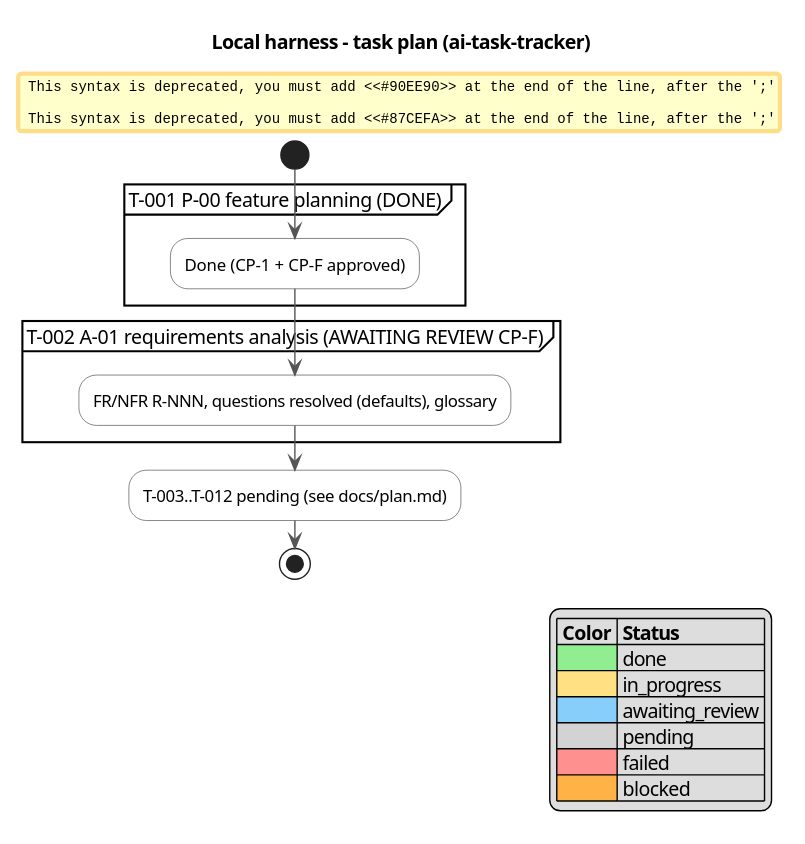
The PlantUML diagram docs/activity.svg in serge-sasov/ai-task-tracker, before a commit.
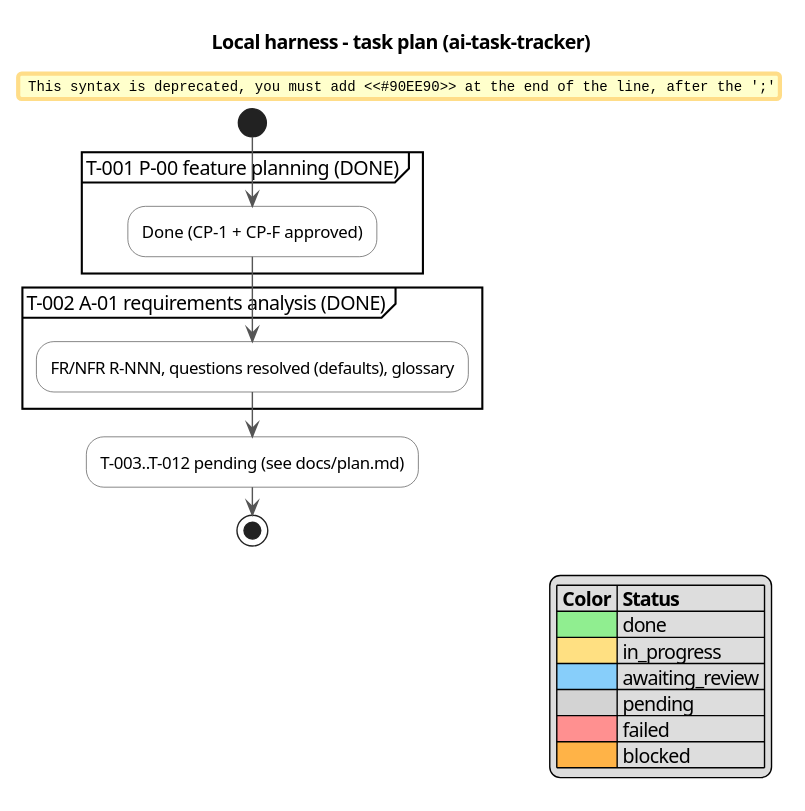
After the change.

Commit message:
T-002: requirements analysis (A-01) accepted

What changed in the source:
```diff
@@ -9,8 +9,8 @@
 partition "T-001 P-00 feature planning (DONE)" {
   #90EE90:Done (CP-1 + CP-F approved);
 }
-partition "T-002 A-01 requirements analysis (AWAITING REVIEW CP-F)" {
-  #87CEFA:FR/NFR R-NNN, questions resolved (defaults), glossary;
+partition "T-002 A-01 requirements analysis (DONE)" {
+  #90EE90:FR/NFR R-NNN, questions resolved (defaults), glossary;
 }
 :T-003..T-012 pending (see docs/plan.md);
 stop
```
